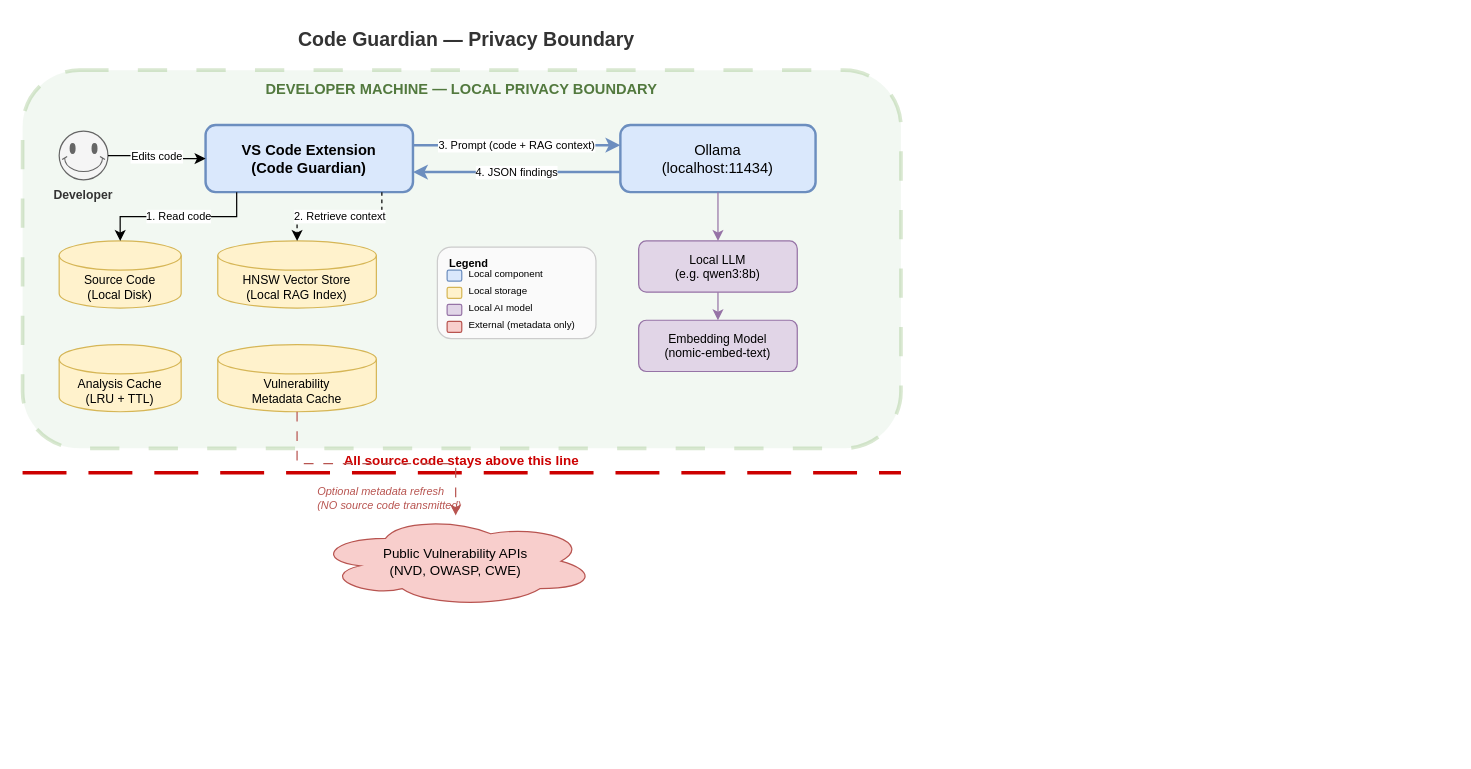
Above: code-guardian-thesis-report/images/privacy_boundary.drawio in mdhafizur/tuc-master-thesis (draw.io), before the change. Source tidied: cells renumbered, new cells numbered last; positions are measured from the earlier drawing's top-left corner, leaving out a move shared by most shapes. Both pictures are drawn from the tidied source at 122%, with x=0, y=0 at pixel (22, 21).
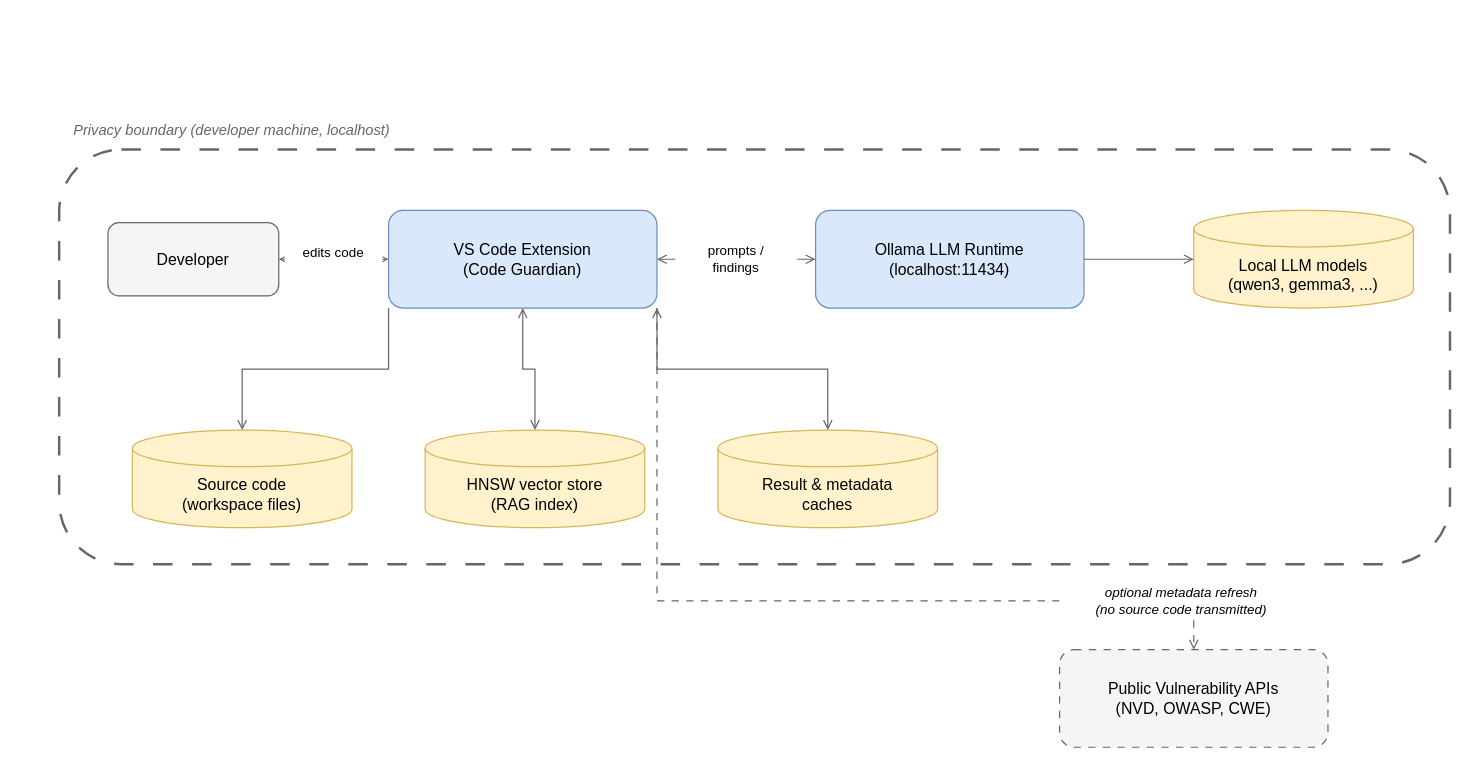
After the change.

The edit, as a diff of the source:
```diff
@@
-    <mxCell id="2" value="Code Guardian — Privacy Boundary" style="text;html=1;strokeColor=none;fillColor=none;align=center;verticalAlign=middle;whiteSpace=wrap;fontSize=16;fontStyle=1;fontColor=#333333;" parent="1" vertex="1">
-      <mxGeometry x="114" width="500" height="30" as="geometry" />
-    </mxCell>
-    <mxCell id="3" style="rounded=1;whiteSpace=wrap;html=1;fillColor=#d5e8d4;strokeColor=#82b366;strokeWidth=3;dashed=1;dashPattern=8 8;opacity=30;" parent="1" vertex="1">
-      <mxGeometry y="40" width="720" height="310" as="geometry" />
-    </mxCell>
-    <mxCell id="4" value="DEVELOPER MACHINE  —  LOCAL PRIVACY BOUNDARY" style="text;html=1;strokeColor=none;fillColor=none;align=center;verticalAlign=middle;whiteSpace=wrap;fontSize=12;fontStyle=1;fontColor=#52793e;" parent="1" vertex="1">
-      <mxGeometry x="100" y="45" width="520" height="22" as="geometry" />
-    </mxCell>
+    <mxCell id="37" style="rounded=1;whiteSpace=wrap;html=1;fillColor=none;strokeColor=#666666;strokeWidth=2;dashed=1;dashPattern=8 8;" parent="1" vertex="1">
+      <mxGeometry x="30" y="105" width="1140" height="340" as="geometry" />
+    </mxCell>
+    <mxCell id="38" value="Privacy boundary (developer machine, localhost)" style="text;html=1;strokeColor=none;fillColor=none;align=left;verticalAlign=middle;whiteSpace=wrap;fontSize=12;fontStyle=2;fontColor=#666666;" parent="1" vertex="1">
+      <mxGeometry x="40" y="80" width="400" height="20" as="geometry" />
+    </mxCell>
-    <mxCell id="5" style="shape=mxgraph.basic.smiley;whiteSpace=wrap;html=1;fillColor=#f5f5f5;strokeColor=#666666;" parent="1" vertex="1">
-      <mxGeometry x="30" y="90" width="40" height="40" as="geometry" />
+    <mxCell id="5" value="Developer" style="rounded=1;whiteSpace=wrap;html=1;fillColor=#f5f5f5;strokeColor=#666666;strokeWidth=1;fontSize=13;" parent="1" vertex="1">
+      <mxGeometry x="70" y="165" width="140" height="60" as="geometry" />
     </mxCell>
-    <mxCell id="6" value="Developer" style="text;html=1;strokeColor=none;fillColor=none;align=center;verticalAlign=top;whiteSpace=wrap;fontSize=10;fontStyle=1;fontColor=#333333;" parent="1" vertex="1">
-      <mxGeometry x="15" y="130" width="70" height="18" as="geometry" />
-    </mxCell>
-    <mxCell id="7" value="VS Code Extension&#10;(Code Guardian)" style="rounded=1;whiteSpace=wrap;html=1;fillColor=#dae8fc;strokeColor=#6c8ebf;fontSize=12;fontStyle=1;strokeWidth=2;" parent="1" vertex="1">
-      <mxGeometry x="150" y="85" width="170" height="55" as="geometry" />
+    <mxCell id="7" value="VS Code Extension&#10;(Code Guardian)" style="rounded=1;whiteSpace=wrap;html=1;fillColor=#dae8fc;strokeColor=#6c8ebf;strokeWidth=1;fontSize=13;" parent="1" vertex="1">
+      <mxGeometry x="300" y="155" width="220" height="80" as="geometry" />
     </mxCell>
-    <mxCell id="8" value="Ollama&#10;(localhost:11434)" style="rounded=1;whiteSpace=wrap;html=1;fillColor=#dae8fc;strokeColor=#6c8ebf;fontSize=12;strokeWidth=2;" parent="1" vertex="1">
-      <mxGeometry x="490" y="85" width="160" height="55" as="geometry" />
+    <mxCell id="8" value="Ollama LLM Runtime&#10;(localhost:11434)" style="rounded=1;whiteSpace=wrap;html=1;fillColor=#dae8fc;strokeColor=#6c8ebf;strokeWidth=1;fontSize=13;" parent="1" vertex="1">
+      <mxGeometry x="650" y="155" width="220" height="80" as="geometry" />
     </mxCell>
+    <mxCell id="39" value="Local LLM models&#10;(qwen3, gemma3, ...)" style="shape=cylinder3;whiteSpace=wrap;html=1;boundedLbl=1;backgroundOutline=1;size=15;fillColor=#fff2cc;strokeColor=#d6b656;fontSize=13;" parent="1" vertex="1">
+      <mxGeometry x="960" y="155" width="180" height="80" as="geometry" />
+    </mxCell>
+    <mxCell id="40" value="Source code&#10;(workspace files)" style="shape=cylinder3;whiteSpace=wrap;html=1;boundedLbl=1;backgroundOutline=1;size=15;fillColor=#fff2cc;strokeColor=#d6b656;fontSize=13;" parent="1" vertex="1">
+      <mxGeometry x="90" y="335" width="180" height="80" as="geometry" />
+    </mxCell>
+    <mxCell id="41" value="HNSW vector store&#10;(RAG index)" style="shape=cylinder3;whiteSpace=wrap;html=1;boundedLbl=1;backgroundOutline=1;size=15;fillColor=#fff2cc;strokeColor=#d6b656;fontSize=13;" parent="1" vertex="1">
+      <mxGeometry x="330" y="335" width="180" height="80" as="geometry" />
+    </mxCell>
+    <mxCell id="42" value="Result &amp; metadata&#10;caches" style="shape=cylinder3;whiteSpace=wrap;html=1;boundedLbl=1;backgroundOutline=1;size=15;fillColor=#fff2cc;strokeColor=#d6b656;fontSize=13;" parent="1" vertex="1">
+      <mxGeometry x="570" y="335" width="180" height="80" as="geometry" />
+    </mxCell>
+    <mxCell id="34" value="Public Vulnerability APIs&#10;(NVD, OWASP, CWE)" style="rounded=1;whiteSpace=wrap;html=1;fillColor=#f5f5f5;strokeColor=#666666;strokeWidth=1;dashed=1;dashPattern=6 6;fontSize=13;" parent="1" vertex="1">
+      <mxGeometry x="850" y="515" width="220" height="80" as="geometry" />
+    </mxCell>
-    <mxCell id="9" value="Edits code" style="edgeStyle=orthogonalEdgeStyle;rounded=0;html=1;fontSize=9;" parent="1" edge="1" source="5" target="7">
+    <mxCell id="9" style="endArrow=open;startArrow=open;html=1;edgeStyle=orthogonalEdgeStyle;rounded=0;exitX=1;exitY=0.5;entryX=0;entryY=0.5;strokeWidth=1;strokeColor=#666666;fontSize=12;labelBackgroundColor=#FFFFFF;" parent="1" edge="1" source="5" target="7">
       <mxGeometry relative="1" as="geometry" />
     </mxCell>
+    <mxCell id="43" value="edits code" style="text;html=1;strokeColor=none;fillColor=#FFFFFF;align=center;verticalAlign=middle;whiteSpace=wrap;fontSize=11;" parent="1" vertex="1">
+      <mxGeometry x="215" y="180" width="80" height="20" as="geometry" />
+    </mxCell>
-    <mxCell id="10" value="3. Prompt (code + RAG context)" style="edgeStyle=orthogonalEdgeStyle;rounded=0;html=1;fontSize=9;exitX=1;exitY=0.3;exitDx=0;exitDy=0;entryX=0;entryY=0.3;entryDx=0;entryDy=0;strokeWidth=2;strokeColor=#6c8ebf;" parent="1" edge="1" source="7" target="8">
+    <mxCell id="10" style="endArrow=open;startArrow=open;html=1;edgeStyle=orthogonalEdgeStyle;rounded=0;exitX=1;exitY=0.5;entryX=0;entryY=0.5;strokeWidth=1;strokeColor=#666666;fontSize=12;labelBackgroundColor=#FFFFFF;" parent="1" edge="1" source="7" target="8">
       <mxGeometry relative="1" as="geometry" />
     </mxCell>
-    <mxCell id="11" value="4. JSON findings" style="edgeStyle=orthogonalEdgeStyle;rounded=0;html=1;fontSize=9;exitX=0;exitY=0.7;exitDx=0;exitDy=0;entryX=1;entryY=0.7;entryDx=0;entryDy=0;strokeWidth=2;strokeColor=#6c8ebf;" parent="1" edge="1" source="8" target="7">
-      <mxGeometry relative="1" as="geometry" />
-    </mxCell>
-    <mxCell id="12" value="Source Code&#10;(Local Disk)" style="shape=cylinder3;whiteSpace=wrap;html=1;boundedLbl=1;backgroundOutline=1;size=12;fillColor=#fff2cc;strokeColor=#d6b656;fontSize=10;" parent="1" vertex="1">
-      <mxGeometry x="30" y="180" width="100" height="55" as="geometry" />
-    </mxCell>
-    <mxCell id="13" value="HNSW Vector Store&#10;(Local RAG Index)" style="shape=cylinder3;whiteSpace=wrap;html=1;boundedLbl=1;backgroundOutline=1;size=12;fillColor=#fff2cc;strokeColor=#d6b656;fontSize=10;" parent="1" vertex="1">
-      <mxGeometry x="160" y="180" width="130" height="55" as="geometry" />
-    </mxCell>
-    <mxCell id="14" value="Analysis Cache&#10;(LRU + TTL)" style="shape=cylinder3;whiteSpace=wrap;html=1;boundedLbl=1;backgroundOutline=1;size=12;fillColor=#fff2cc;strokeColor=#d6b656;fontSize=10;" parent="1" vertex="1">
-      <mxGeometry x="30" y="265" width="100" height="55" as="geometry" />
-    </mxCell>
-    <mxCell id="15" value="Vulnerability&#10;Metadata Cache" style="shape=cylinder3;whiteSpace=wrap;html=1;boundedLbl=1;backgroundOutline=1;size=12;fillColor=#fff2cc;strokeColor=#d6b656;fontSize=10;" parent="1" vertex="1">
-      <mxGeometry x="160" y="265" width="130" height="55" as="geometry" />
-    </mxCell>
-    <mxCell id="16" value="Local LLM&#10;(e.g. qwen3:8b)" style="rounded=1;whiteSpace=wrap;html=1;fillColor=#e1d5e7;strokeColor=#9673a6;fontSize=10;" parent="1" vertex="1">
-      <mxGeometry x="505" y="180" width="130" height="42" as="geometry" />
-    </mxCell>
-    <mxCell id="17" value="Embedding Model&#10;(nomic-embed-text)" style="rounded=1;whiteSpace=wrap;html=1;fillColor=#e1d5e7;strokeColor=#9673a6;fontSize=10;" parent="1" vertex="1">
-      <mxGeometry x="505" y="245" width="130" height="42" as="geometry" />
-    </mxCell>
-    <mxCell id="18" style="rounded=0;html=1;strokeColor=#9673a6;" parent="1" edge="1" source="8" target="16">
-      <mxGeometry relative="1" as="geometry" />
-    </mxCell>
-    <mxCell id="19" style="rounded=0;html=1;strokeColor=#9673a6;" parent="1" edge="1" source="16" target="17">
-      <mxGeometry relative="1" as="geometry" />
-    </mxCell>
-    <mxCell id="20" value="1. Read code" style="edgeStyle=orthogonalEdgeStyle;rounded=0;html=1;fontSize=9;exitX=0.15;exitY=1;exitDx=0;exitDy=0;entryX=0.5;entryY=0;entryDx=0;entryDy=0;entryPerimeter=0;" parent="1" edge="1" source="7" target="12">
-      <mxGeometry relative="1" as="geometry">
-        <Array as="points">
-          <mxPoint x="176" y="160" />
-          <mxPoint x="80" y="160" />
-        </Array>
-      </mxGeometry>
-    </mxCell>
-    <mxCell id="21" value="2. Retrieve context" style="edgeStyle=orthogonalEdgeStyle;rounded=0;html=1;fontSize=9;dashed=1;exitX=0.85;exitY=1;exitDx=0;exitDy=0;entryX=0.5;entryY=0;entryDx=0;entryDy=0;entryPerimeter=0;" parent="1" edge="1" source="7" target="13">
-      <mxGeometry relative="1" as="geometry">
-        <Array as="points">
-          <mxPoint x="295" y="160" />
-          <mxPoint x="225" y="160" />
-        </Array>
-      </mxGeometry>
-    </mxCell>
-    <mxCell id="22" style="rounded=1;whiteSpace=wrap;html=1;fillColor=#fafafa;strokeColor=#cccccc;strokeWidth=1;" parent="1" vertex="1">
-      <mxGeometry x="340" y="185" width="130" height="75" as="geometry" />
-    </mxCell>
-    <mxCell id="23" value="Legend" style="text;html=1;strokeColor=none;fillColor=none;align=left;verticalAlign=top;whiteSpace=wrap;fontSize=9;fontStyle=1;" parent="1" vertex="1">
-      <mxGeometry x="348" y="187" width="50" height="14" as="geometry" />
-    </mxCell>
-    <mxCell id="24" style="rounded=1;whiteSpace=wrap;html=1;fillColor=#dae8fc;strokeColor=#6c8ebf;strokeWidth=1;" parent="1" vertex="1">
-      <mxGeometry x="348" y="204" width="12" height="9" as="geometry" />
-    </mxCell>
-    <mxCell id="25" value="Local component" style="text;html=1;strokeColor=none;fillColor=none;align=left;verticalAlign=middle;whiteSpace=wrap;fontSize=8;" parent="1" vertex="1">
-      <mxGeometry x="364" y="199" width="90" height="16" as="geometry" />
-    </mxCell>
-    <mxCell id="26" style="rounded=1;whiteSpace=wrap;html=1;fillColor=#fff2cc;strokeColor=#d6b656;strokeWidth=1;" parent="1" vertex="1">
-      <mxGeometry x="348" y="218" width="12" height="9" as="geometry" />
-    </mxCell>
-    <mxCell id="27" value="Local storage" style="text;html=1;strokeColor=none;fillColor=none;align=left;verticalAlign=middle;whiteSpace=wrap;fontSize=8;" parent="1" vertex="1">
-      <mxGeometry x="364" y="213" width="90" height="16" as="geometry" />
-    </mxCell>
-    <mxCell id="28" style="rounded=1;whiteSpace=wrap;html=1;fillColor=#e1d5e7;strokeColor=#9673a6;strokeWidth=1;" parent="1" vertex="1">
-      <mxGeometry x="348" y="232" width="12" height="9" as="geometry" />
-    </mxCell>
-    <mxCell id="29" value="Local AI model" style="text;html=1;strokeColor=none;fillColor=none;align=left;verticalAlign=middle;whiteSpace=wrap;fontSize=8;" parent="1" vertex="1">
-      <mxGeometry x="364" y="227" width="90" height="16" as="geometry" />
-    </mxCell>
-    <mxCell id="30" style="rounded=1;whiteSpace=wrap;html=1;fillColor=#f8cecc;strokeColor=#b85450;strokeWidth=1;" parent="1" vertex="1">
-      <mxGeometry x="348" y="246" width="12" height="9" as="geometry" />
-    </mxCell>
-    <mxCell id="31" value="External (metadata only)" style="text;html=1;strokeColor=none;fillColor=none;align=left;verticalAlign=middle;whiteSpace=wrap;fontSize=8;" parent="1" vertex="1">
-      <mxGeometry x="364" y="241" width="105" height="16" as="geometry" />
-    </mxCell>
-    <mxCell id="32" style="endArrow=none;html=1;strokeWidth=3;strokeColor=#cc0000;dashed=1;dashPattern=12 6;" parent="1" edge="1">
-      <mxGeometry relative="1" as="geometry">
-        <mxPoint y="370" as="sourcePoint" />
-        <mxPoint x="720" y="370" as="targetPoint" />
-      </mxGeometry>
-    </mxCell>
-    <mxCell id="33" value="All source code stays above this line" style="text;html=1;strokeColor=none;fillColor=none;align=center;verticalAlign=middle;whiteSpace=wrap;fontSize=11;fontStyle=1;fontColor=#cc0000;" parent="1" vertex="1">
-      <mxGeometry x="170" y="352" width="380" height="16" as="geometry" />
-    </mxCell>
-    <mxCell id="34" value="Public Vulnerability APIs&#10;(NVD, OWASP, CWE)" style="ellipse;shape=cloud;whiteSpace=wrap;html=1;fillColor=#f8cecc;strokeColor=#b85450;fontSize=11;" parent="1" vertex="1">
-      <mxGeometry x="240" y="405" width="230" height="75" as="geometry" />
-    </mxCell>
-    <mxCell id="35" style="edgeStyle=orthogonalEdgeStyle;rounded=0;html=1;strokeColor=#b85450;dashed=1;dashPattern=8 8;exitX=0.5;exitY=1;exitDx=0;exitDy=0;exitPerimeter=0;entryX=0.5;entryY=0;entryDx=0;entryDy=0;entryPerimeter=0;" parent="1" edge="1" source="15" target="34">
-      <mxGeometry relative="1" as="geometry" />
-    </mxCell>
-    <mxCell id="36" value="Optional metadata refresh&#10;(NO source code transmitted)" style="text;html=1;strokeColor=none;fillColor=none;align=left;verticalAlign=middle;whiteSpace=wrap;fontSize=9;fontColor=#b85450;fontStyle=2;" parent="1" vertex="1">
-      <mxGeometry x="240" y="378" width="170" height="26" as="geometry" />
-    </mxCell>
+    <mxCell id="44" value="prompts /&#10;findings" style="text;html=1;strokeColor=none;fillColor=#FFFFFF;align=center;verticalAlign=middle;whiteSpace=wrap;fontSize=11;" parent="1" vertex="1">
+      <mxGeometry x="535" y="180" width="100" height="30" as="geometry" />
+    </mxCell>
+    <mxCell id="45" style="endArrow=open;html=1;edgeStyle=orthogonalEdgeStyle;rounded=0;exitX=1;exitY=0.5;entryX=0;entryY=0.5;strokeWidth=1;strokeColor=#666666;fontSize=12;" parent="1" edge="1" source="8" target="39">
+      <mxGeometry relative="1" as="geometry" />
+    </mxCell>
+    <mxCell id="46" style="endArrow=open;html=1;edgeStyle=orthogonalEdgeStyle;rounded=0;exitX=0;exitY=1;entryX=0.5;entryY=0;strokeWidth=1;strokeColor=#666666;fontSize=12;labelBackgroundColor=#FFFFFF;" parent="1" edge="1" source="7" target="40">
+      <mxGeometry relative="1" as="geometry" />
+    </mxCell>
+    <mxCell id="47" style="endArrow=open;startArrow=open;html=1;edgeStyle=orthogonalEdgeStyle;rounded=0;exitX=0.5;exitY=1;entryX=0.5;entryY=0;strokeWidth=1;strokeColor=#666666;fontSize=12;" parent="1" edge="1" source="7" target="41">
+      <mxGeometry relative="1" as="geometry" />
+    </mxCell>
+    <mxCell id="48" style="endArrow=open;startArrow=open;html=1;edgeStyle=orthogonalEdgeStyle;rounded=0;exitX=1;exitY=1;entryX=0.5;entryY=0;strokeWidth=1;strokeColor=#666666;fontSize=12;" parent="1" edge="1" source="7" target="42">
+      <mxGeometry relative="1" as="geometry" />
+    </mxCell>
+    <mxCell id="49" style="endArrow=open;html=1;edgeStyle=orthogonalEdgeStyle;rounded=0;exitX=1;exitY=1;entryX=0.5;entryY=0;strokeWidth=1;strokeColor=#666666;dashed=1;dashPattern=6 6;fontSize=12;labelBackgroundColor=#FFFFFF;" parent="1" edge="1" source="7" target="34">
+      <mxGeometry relative="1" as="geometry">
+        <Array as="points">
+          <mxPoint x="960" y="475" />
+        </Array>
+      </mxGeometry>
+    </mxCell>
+    <mxCell id="50" value="optional metadata refresh&#10;(no source code transmitted)" style="text;html=1;strokeColor=none;fillColor=#FFFFFF;align=center;verticalAlign=middle;whiteSpace=wrap;fontSize=11;fontStyle=2;" parent="1" vertex="1">
+      <mxGeometry x="850" y="460" width="200" height="30" as="geometry" />
+    </mxCell>
```
